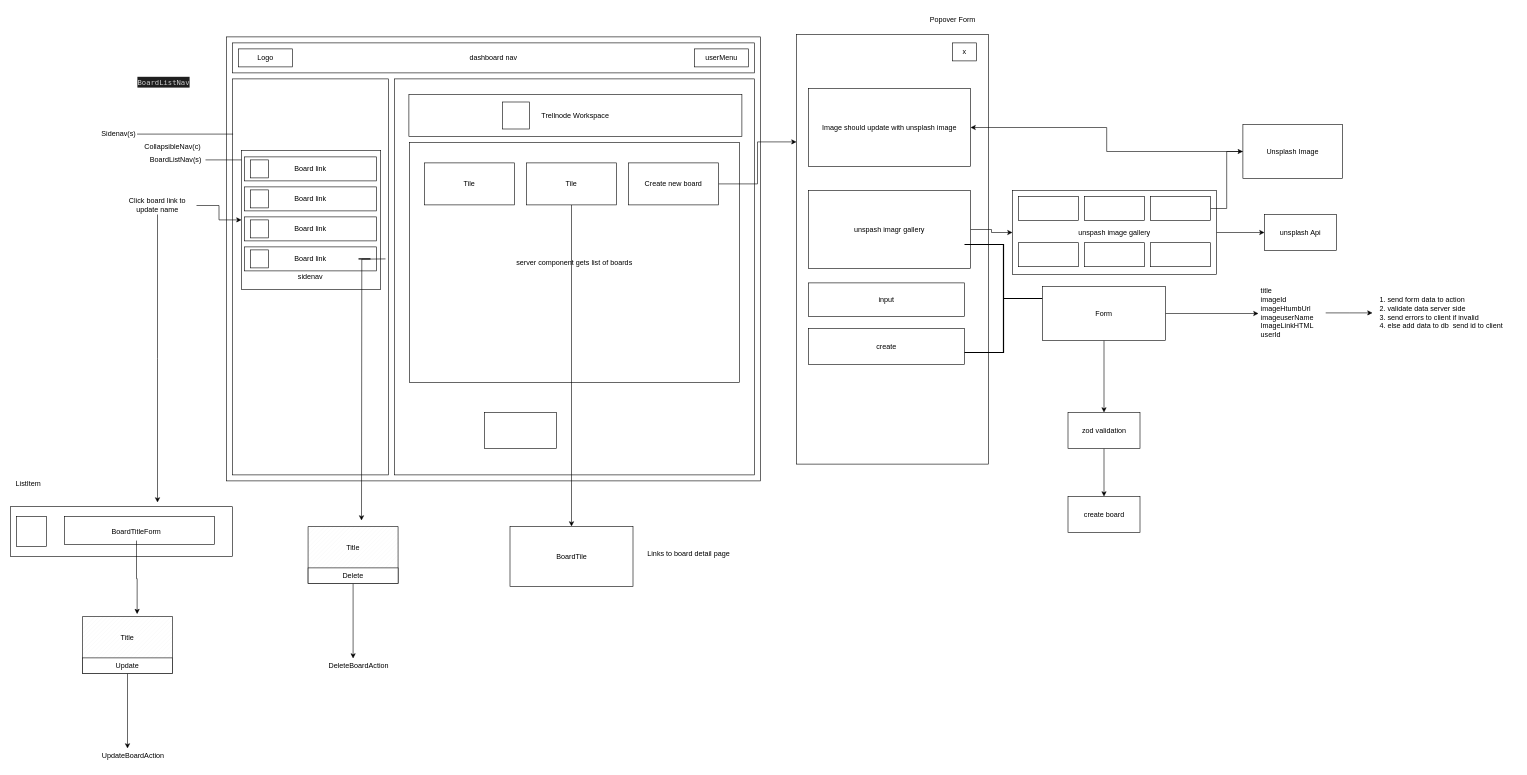
Above: page "Boards Page" (3 of 5) of public/Untitled Diagram.drawio in eric-nichols-nyc/trellnode (draw.io), before the change. Source tidied: cells renumbered, new cells numbered last; positions are measured from the earlier drawing's top-left corner, leaving out a move shared by most shapes. Both pictures are drawn from the tidied source at 60%, with x=0, y=0 at pixel (10, 10).
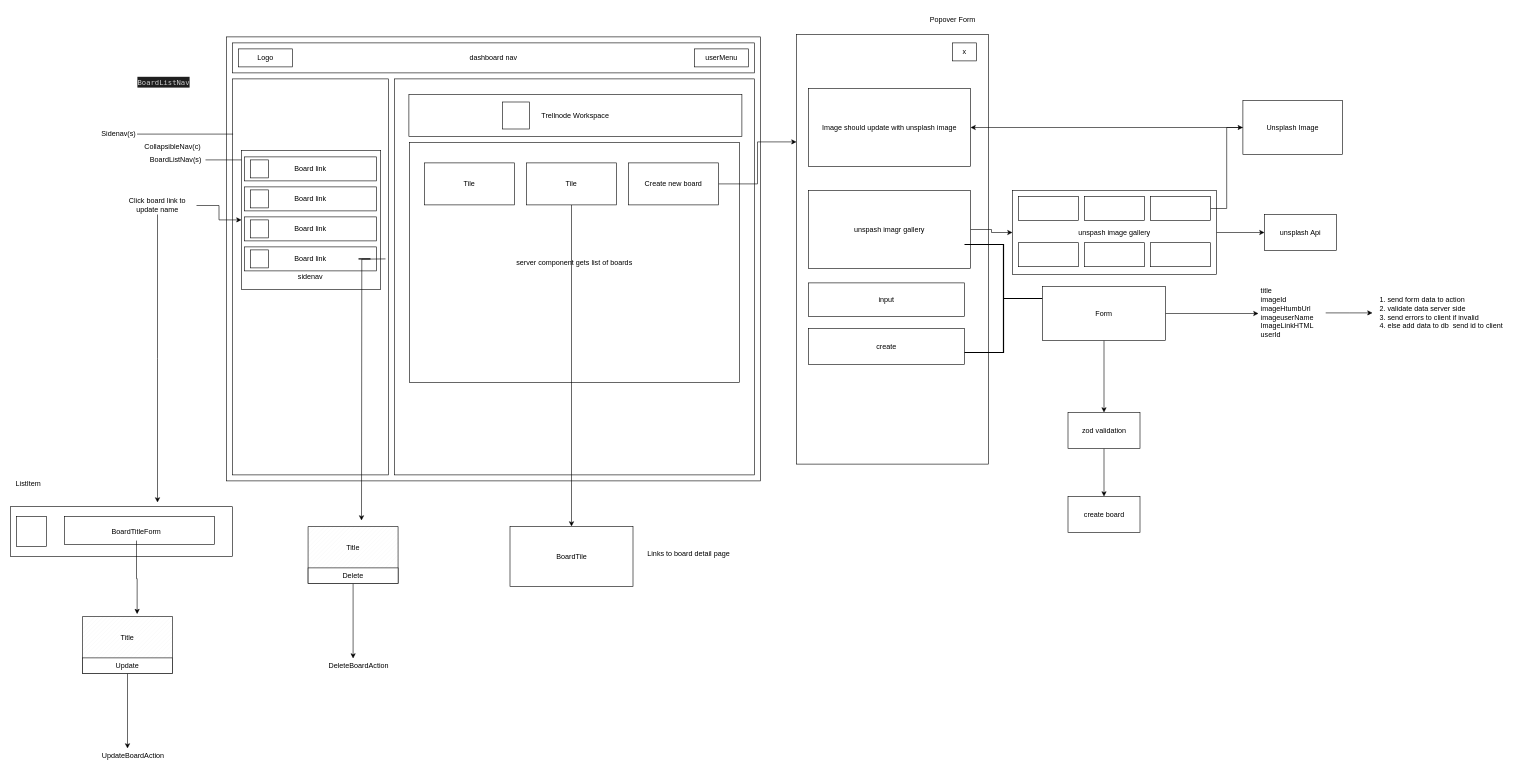
After the change.

What changed in the source:
```diff
@@
     <mxCell id="35" value="Unsplash Image" style="rounded=0;whiteSpace=wrap;html=1;" parent="1" vertex="1">
-      <mxGeometry x="2054" y="190" width="166" height="90" as="geometry" />
+      <mxGeometry x="2054" y="150" width="166" height="90" as="geometry" />
     </mxCell>
@@
-    <mxCell id="83" style="rounded=0;whiteSpace=wrap;html=1;" parent="1" vertex="1">
-      <mxGeometry x="790" y="670" width="120" height="60" as="geometry" />
-    </mxCell>
```
